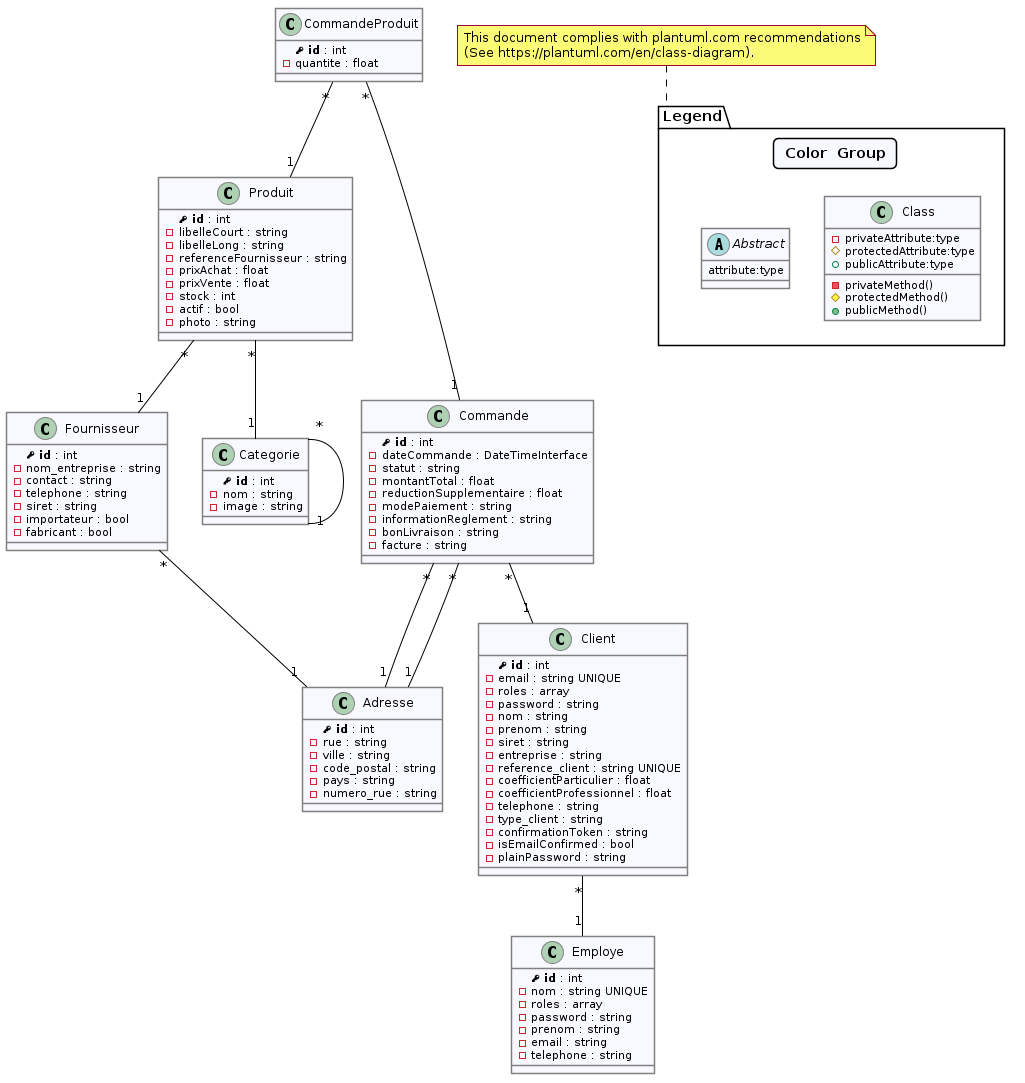
Before: classes.png, a diagram exported from PlantUML (clemence95/villagegreen).
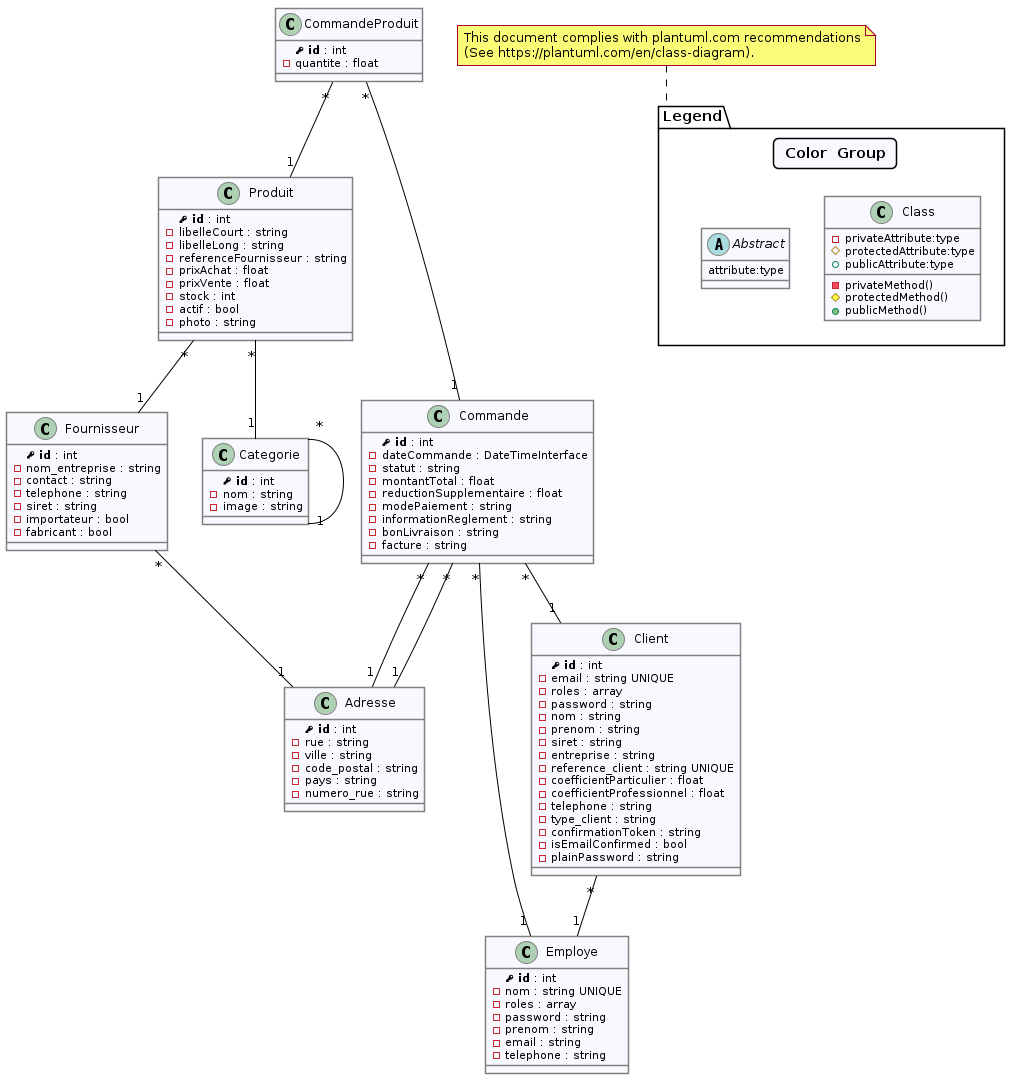
The same diagram one commit later.

Change to the diagram source:
```diff
@@ -106,6 +106,7 @@
 Commande "*" -- "1" Adresse
 Commande "*" -- "1" Adresse
 Commande "*" -- "1" Client
+Commande "*" -- "1" Employe
 
 package Legend {
   legend
```
